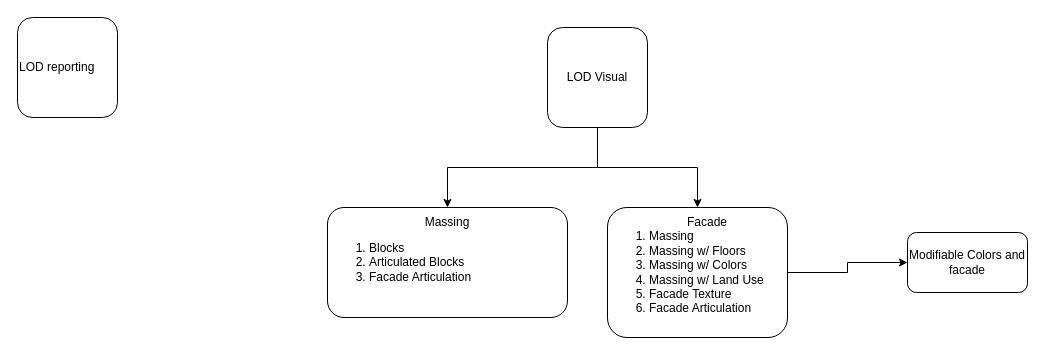
Earlier version of the draw.io diagram Untitled Diagram.drawio (BFroebRPG/TOD_CGA). Source tidied: cells renumbered, new cells numbered last; positions are measured from the earlier drawing's top-left corner, leaving out a move shared by most shapes. Both pictures are drawn from the tidied source at 100%, with x=0, y=0 at pixel (17, 17).
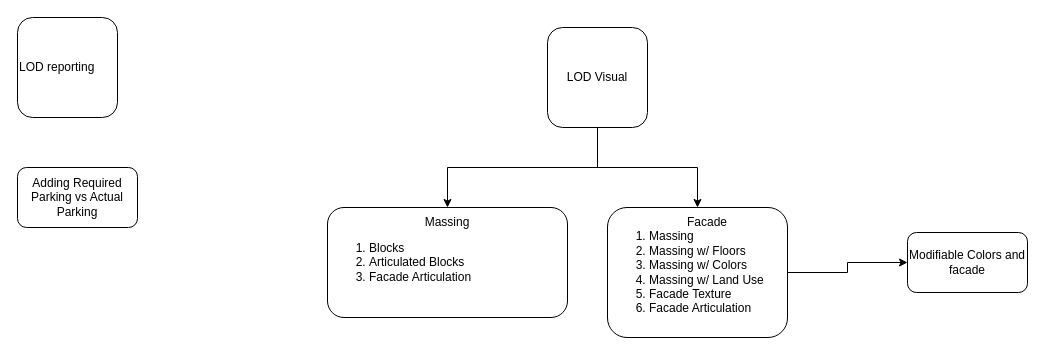
Above is the later version.

Diff of the diagram source:
```diff
@@
 <mxGraphModel>
   <root>
     <mxCell id="0" />
     <mxCell id="1" parent="0" />
     <mxCell id="2" value="&lt;div align=&quot;left&quot;&gt;LOD reporting &lt;/div&gt;" style="whiteSpace=wrap;html=1;align=left;rounded=1;" parent="1" vertex="1">
       <mxGeometry width="100" height="100" as="geometry" />
     </mxCell>
     <mxCell id="3" style="edgeStyle=orthogonalEdgeStyle;rounded=0;jettySize=auto;html=1;exitX=0.5;exitY=1;exitDx=0;exitDy=0;entryX=0.5;entryY=0;entryDx=0;entryDy=0;" parent="1" edge="1" source="5" target="6">
       <mxGeometry relative="1" as="geometry" />
     </mxCell>
     <mxCell id="4" style="edgeStyle=orthogonalEdgeStyle;rounded=0;jettySize=auto;html=1;exitX=0.5;exitY=1;exitDx=0;exitDy=0;entryX=0.5;entryY=0;entryDx=0;entryDy=0;" parent="1" edge="1" source="5" target="8">
       <mxGeometry relative="1" as="geometry" />
     </mxCell>
     <mxCell id="5" value="&lt;div&gt;LOD Visual&lt;br&gt;&lt;/div&gt;" style="whiteSpace=wrap;html=1;align=center;rounded=1;" parent="1" vertex="1">
       <mxGeometry x="530" y="10" width="100" height="100" as="geometry" />
     </mxCell>
     <mxCell id="6" value="&lt;ol&gt;&lt;li&gt;Blocks&lt;/li&gt;&lt;li&gt;Articulated Blocks&lt;/li&gt;&lt;li&gt;Facade Articulation&lt;br&gt;&lt;/li&gt;&lt;/ol&gt;" style="rounded=1;whiteSpace=wrap;html=1;align=left;" parent="1" vertex="1">
       <mxGeometry x="310" y="190" width="240" height="110" as="geometry" />
     </mxCell>
     <mxCell id="7" style="edgeStyle=orthogonalEdgeStyle;rounded=0;jettySize=auto;html=1;exitX=1;exitY=0.5;exitDx=0;exitDy=0;" parent="1" edge="1" source="8" target="11">
       <mxGeometry relative="1" as="geometry" />
     </mxCell>
     <mxCell id="8" value="&lt;ol&gt;&lt;li&gt;Massing&lt;/li&gt;&lt;li&gt;Massing w/ Floors&lt;/li&gt;&lt;li&gt;Massing w/ Colors&lt;/li&gt;&lt;li&gt;Massing w/ Land Use&lt;/li&gt;&lt;li&gt;Facade Texture&lt;br&gt;&lt;/li&gt;&lt;li&gt;Facade Articulation&lt;br&gt;&lt;/li&gt;&lt;/ol&gt;" style="rounded=1;whiteSpace=wrap;html=1;align=left;" parent="1" vertex="1">
       <mxGeometry x="590" y="190" width="180" height="130" as="geometry" />
     </mxCell>
     <mxCell id="9" value="Massing" style="text;html=1;strokeColor=none;fillColor=none;align=center;verticalAlign=middle;whiteSpace=wrap;rounded=0;" parent="1" vertex="1">
       <mxGeometry x="400" y="190" width="60" height="30" as="geometry" />
     </mxCell>
     <mxCell id="10" value="Facade" style="text;html=1;strokeColor=none;fillColor=none;align=center;verticalAlign=middle;whiteSpace=wrap;rounded=0;" parent="1" vertex="1">
       <mxGeometry x="660" y="190" width="60" height="30" as="geometry" />
     </mxCell>
     <mxCell id="11" value="Modifiable Colors and facade" style="rounded=1;whiteSpace=wrap;html=1;" parent="1" vertex="1">
       <mxGeometry x="890" y="215" width="120" height="60" as="geometry" />
     </mxCell>
+    <mxCell id="12" value="Adding Required Parking vs Actual Parking" style="rounded=1;whiteSpace=wrap;html=1;" parent="1" vertex="1">
+      <mxGeometry y="150" width="120" height="60" as="geometry" />
+    </mxCell>
   </root>
 </mxGraphModel>
```
